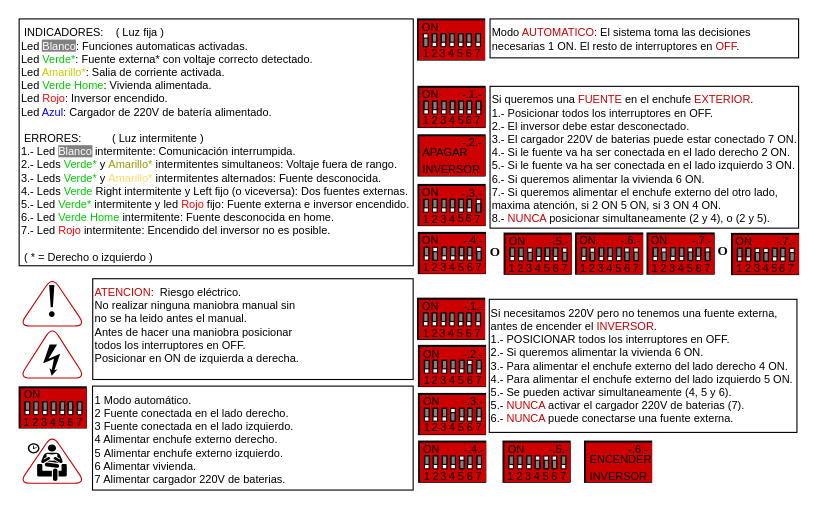
Above: documents/Dashboard.drawio in bambera/230box (draw.io), before the change. Source tidied: cells renumbered, new cells numbered last; positions are measured from the earlier drawing's top-left corner, leaving out a move shared by most shapes. Both pictures are drawn from the tidied source at 110%, with x=0, y=0 at pixel (19, 19).
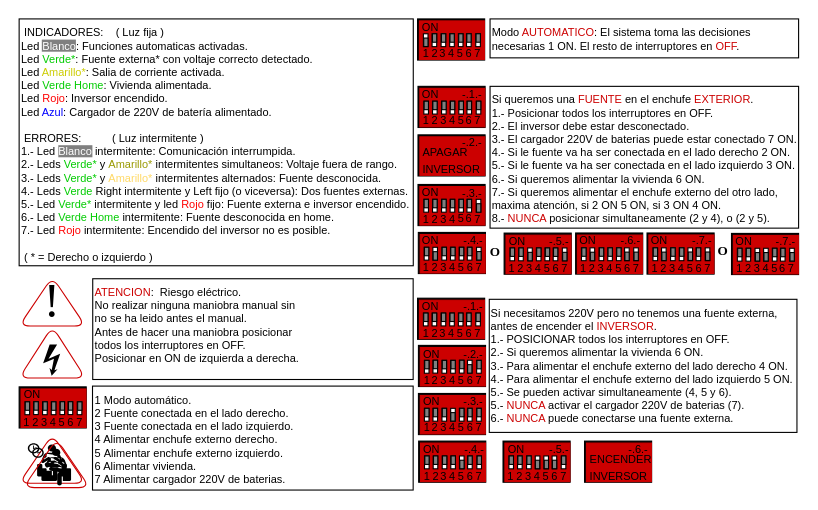
The same page after the edit.

Diff of the diagram source:
```diff
@@
+    <mxCell id="373" parent="0" />
+    <mxCell id="374" style="group;" parent="373" vertex="1">
+      <mxGeometry x="3.8" y="381.6" width="60.3" height="44.2" as="geometry" />
+    </mxCell>
+    <mxCell id="375" style="triangle;whiteSpace=wrap;html=1;strokeColor=#CC0000;fillColor=none;fontFamily=Garamond;fontSize=12;fontColor=#000000;align=center;rounded=1;direction=north;rotation=0;" parent="374" vertex="1">
+      <mxGeometry width="60.3" height="44.2" as="geometry" />
+    </mxCell>
+    <mxCell id="376" style="shape=mxgraph.signs.people.waiting_room_2;html=1;fillColor=#000000;strokeColor=none;verticalLabelPosition=bottom;verticalAlign=top;align=center;rounded=1;fontFamily=Garamond;fontSize=12;fontColor=#000000;" parent="374" vertex="1">
+      <mxGeometry x="7.9" y="7.9" width="35.4" height="34.3" as="geometry" />
+    </mxCell>
```
